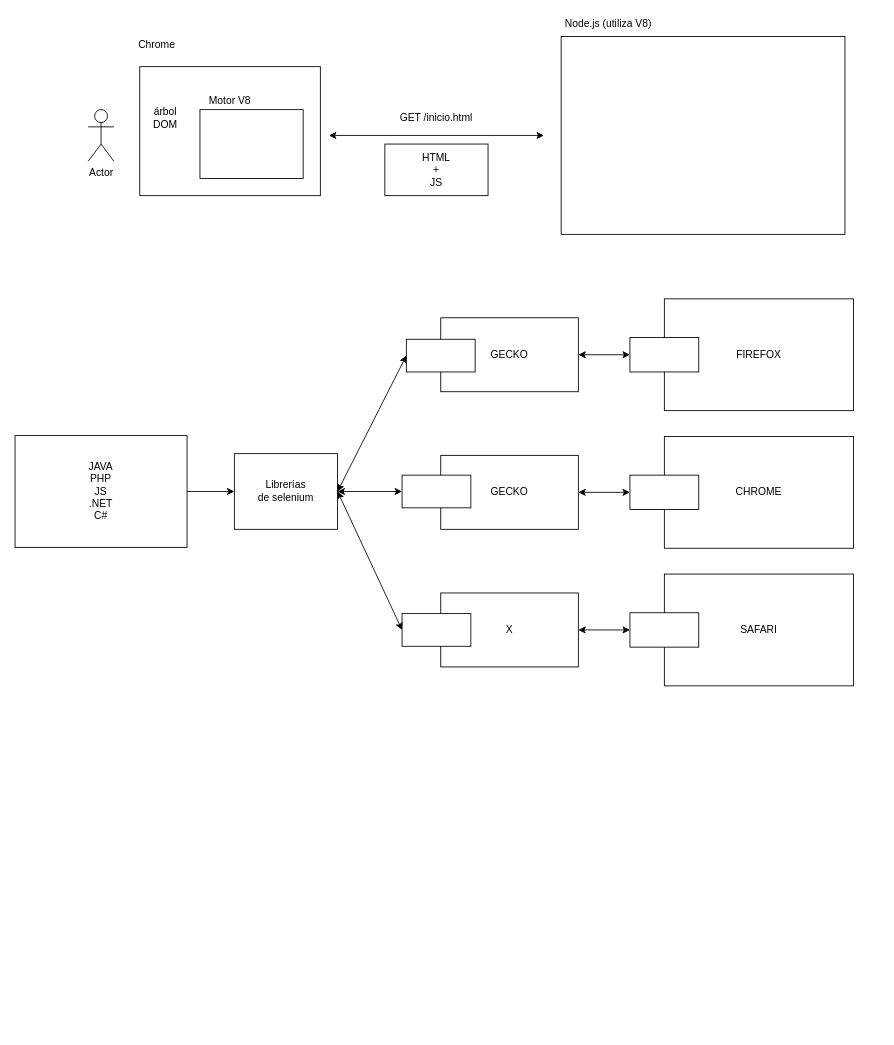
lrag/TDD keeps this draw.io diagram as page "Página-7" (7 of 7) of dibujillos.drawio. Above is the earlier version. Source tidied: cells renumbered, new cells numbered last; positions are measured from the earlier drawing's top-left corner, leaving out a move shared by most shapes. Both pictures are drawn from the tidied source at 86%, with x=0, y=0 at pixel (15, 15).
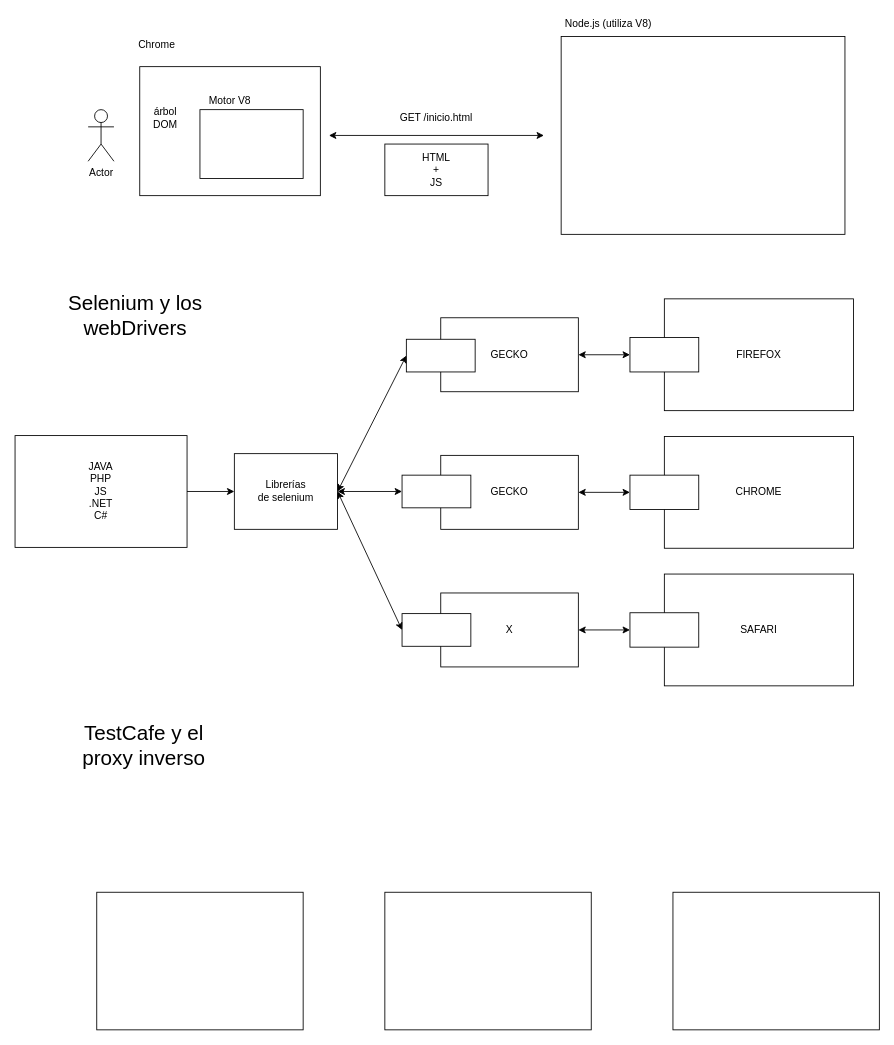
The same diagram, later.

Diff of the diagram source:
```diff
@@
+    <mxCell id="34" value="&lt;font style=&quot;font-size: 24px&quot;&gt;Selenium y los webDrivers&lt;/font&gt;" style="text;html=1;strokeColor=none;fillColor=none;align=center;verticalAlign=middle;whiteSpace=wrap;rounded=0;" parent="1" vertex="1">
+      <mxGeometry x="45" y="340" width="190" height="20" as="geometry" />
+    </mxCell>
+    <mxCell id="35" value="&lt;font style=&quot;font-size: 24px&quot;&gt;TestCafe y el proxy inverso&lt;/font&gt;" style="text;html=1;strokeColor=none;fillColor=none;align=center;verticalAlign=middle;whiteSpace=wrap;rounded=0;" parent="1" vertex="1">
+      <mxGeometry x="55" y="840" width="190" height="20" as="geometry" />
+    </mxCell>
+    <mxCell id="36" style="rounded=0;whiteSpace=wrap;html=1;" parent="1" vertex="1">
+      <mxGeometry x="95" y="1020" width="240" height="160" as="geometry" />
+    </mxCell>
+    <mxCell id="37" style="rounded=0;whiteSpace=wrap;html=1;" parent="1" vertex="1">
+      <mxGeometry x="430" y="1020" width="240" height="160" as="geometry" />
+    </mxCell>
+    <mxCell id="38" style="rounded=0;whiteSpace=wrap;html=1;" parent="1" vertex="1">
+      <mxGeometry x="765" y="1020" width="240" height="160" as="geometry" />
+    </mxCell>
```
